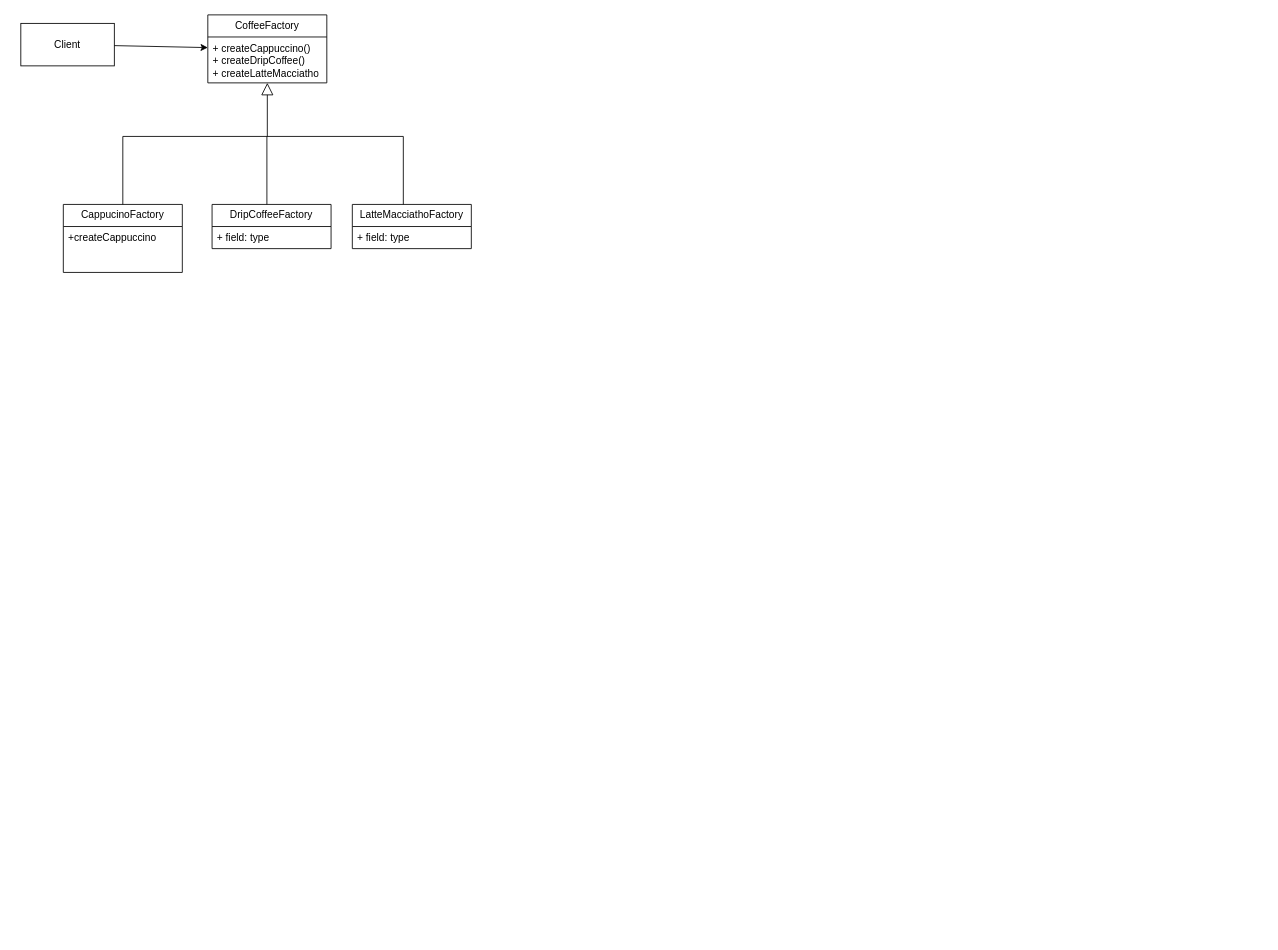
sirfan123/1530 keeps this draw.io diagram as coffeeShop.drawio. Above is the earlier version. Source tidied: cells renumbered, new cells numbered last; positions are measured from the earlier drawing's top-left corner, leaving out a move shared by most shapes. Both pictures are drawn from the tidied source at 85%, with x=0, y=0 at pixel (20, 14).
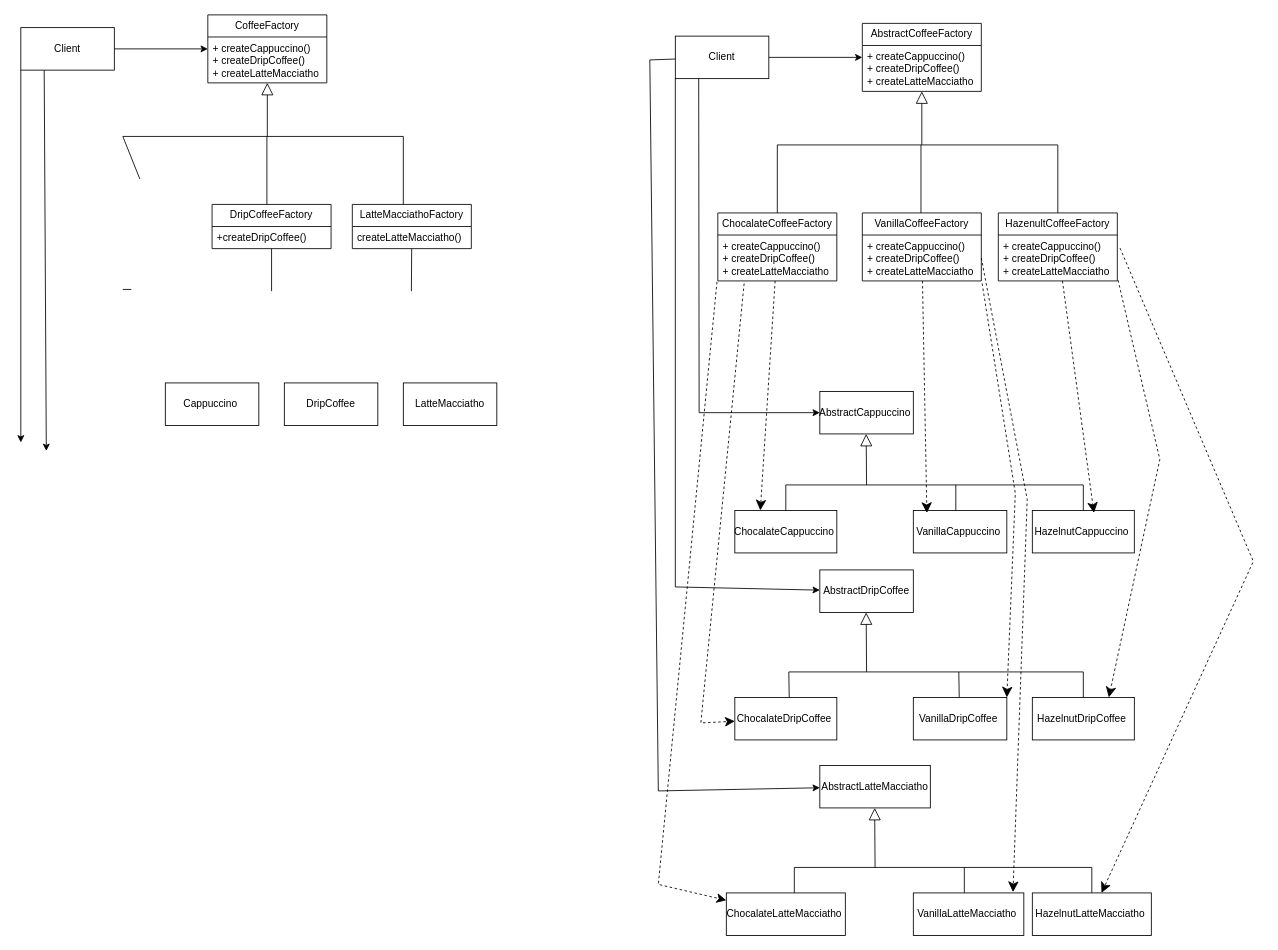
After the change.

The change refers to these unchanged cells:
```xml
<mxCell id="9" value="DripCoffeeFactory" style="swimlane;fontStyle=0;horizontal=1;startSize=26;fillColor=none;whiteSpace=wrap;html=1;" parent="1" vertex="1">
  <mxGeometry x="225" y="223" width="140" height="52" as="geometry" />
</mxCell>
<mxCell id="11" value="LatteMacciathoFactory" style="swimlane;fontStyle=0;horizontal=1;startSize=26;fillColor=none;whiteSpace=wrap;html=1;" parent="1" vertex="1">
  <mxGeometry x="390" y="223" width="140" height="52" as="geometry" />
</mxCell>
```

The edit, as a diff of the source:
```diff
@@
     <mxCell id="4" value="Client" style="html=1;whiteSpace=wrap;" parent="1" vertex="1">
-      <mxGeometry y="10" width="110" height="50" as="geometry" />
+      <mxGeometry y="15" width="110" height="50" as="geometry" />
     </mxCell>
@@
-    <mxCell id="7" value="CappucinoFactory" style="swimlane;fontStyle=0;horizontal=1;startSize=26;fillColor=none;whiteSpace=wrap;html=1;" parent="1" vertex="1">
-      <mxGeometry x="50" y="223" width="140" height="80" as="geometry" />
-    </mxCell>
-    <mxCell id="8" value="+createCappuccino" style="text;strokeColor=none;fillColor=none;align=left;verticalAlign=top;spacingLeft=4;spacingRight=4;overflow=hidden;whiteSpace=wrap;html=1;" parent="7" vertex="1">
-      <mxGeometry y="26" width="140" height="54" as="geometry" />
-    </mxCell>
@@
-    <mxCell id="10" value="+ field: type" style="text;strokeColor=none;fillColor=none;align=left;verticalAlign=top;spacingLeft=4;spacingRight=4;overflow=hidden;whiteSpace=wrap;html=1;" parent="9" vertex="1">
+    <mxCell id="10" value="+createDripCoffee()" style="text;strokeColor=none;fillColor=none;align=left;verticalAlign=top;spacingLeft=4;spacingRight=4;overflow=hidden;whiteSpace=wrap;html=1;" parent="9" vertex="1">
       <mxGeometry y="26" width="140" height="26" as="geometry" />
     </mxCell>
@@
-    <mxCell id="12" value="+ field: type" style="text;strokeColor=none;fillColor=none;align=left;verticalAlign=top;spacingLeft=4;spacingRight=4;overflow=hidden;whiteSpace=wrap;html=1;" parent="11" vertex="1">
+    <mxCell id="12" value="createLatteMacciatho()" style="text;strokeColor=none;fillColor=none;align=left;verticalAlign=top;spacingLeft=4;spacingRight=4;overflow=hidden;whiteSpace=wrap;html=1;" parent="11" vertex="1">
       <mxGeometry y="26" width="140" height="26" as="geometry" />
     </mxCell>
@@
-    <mxCell id="14" style="endArrow=none;html=1;rounded=0;" parent="1" edge="1" source="7">
+    <mxCell id="14" style="endArrow=none;html=1;rounded=0;" parent="1" edge="1">
       <mxGeometry relative="1" as="geometry">
+        <mxPoint x="140" y="193" as="sourcePoint" />
         <mxPoint x="120" y="143" as="targetPoint" />
       </mxGeometry>
     </mxCell>
@@
+    <mxCell id="17" style="endArrow=none;html=1;rounded=0;" parent="1" edge="1">
+      <mxGeometry relative="1" as="geometry">
+        <mxPoint x="120" y="323" as="sourcePoint" />
+        <mxPoint x="130" y="323" as="targetPoint" />
+      </mxGeometry>
+    </mxCell>
+    <mxCell id="18" style="endArrow=none;html=1;rounded=0;" parent="1" edge="1" target="9">
+      <mxGeometry relative="1" as="geometry">
+        <mxPoint x="295" y="325" as="sourcePoint" />
+      </mxGeometry>
+    </mxCell>
+    <mxCell id="19" style="endArrow=none;html=1;rounded=0;" parent="1" edge="1" target="11">
+      <mxGeometry relative="1" as="geometry">
+        <mxPoint x="459.5" y="325" as="sourcePoint" />
+      </mxGeometry>
+    </mxCell>
+    <mxCell id="20" style="endArrow=classic;html=1;rounded=0;exitX=0;exitY=1;exitDx=0;exitDy=0;" parent="1" edge="1" source="4">
+      <mxGeometry relative="1" as="geometry">
+        <mxPoint y="503" as="targetPoint" />
+      </mxGeometry>
+    </mxCell>
+    <mxCell id="21" style="endArrow=classic;html=1;rounded=0;exitX=0.25;exitY=1;exitDx=0;exitDy=0;" parent="1" edge="1" source="4">
+      <mxGeometry relative="1" as="geometry">
+        <mxPoint x="30" y="513" as="targetPoint" />
+      </mxGeometry>
+    </mxCell>
+    <mxCell id="22" value="Cappuccino&amp;nbsp;" style="html=1;whiteSpace=wrap;" parent="1" vertex="1">
+      <mxGeometry x="170" y="433" width="110" height="50" as="geometry" />
+    </mxCell>
+    <mxCell id="23" value="DripCoffee" style="html=1;whiteSpace=wrap;" parent="1" vertex="1">
+      <mxGeometry x="310" y="433" width="110" height="50" as="geometry" />
+    </mxCell>
+    <mxCell id="24" value="LatteMacciatho" style="html=1;whiteSpace=wrap;" parent="1" vertex="1">
+      <mxGeometry x="450" y="433" width="110" height="50" as="geometry" />
+    </mxCell>
+    <mxCell id="25" value="AbstractCoffeeFactory" style="swimlane;fontStyle=0;horizontal=1;startSize=26;fillColor=none;whiteSpace=wrap;html=1;" parent="1" vertex="1">
+      <mxGeometry x="990" y="10" width="140" height="80" as="geometry" />
+    </mxCell>
+    <mxCell id="26" value="+ createCappuccino()&lt;br&gt;+ createDripCoffee()&lt;br&gt;+ createLatteMacciatho" style="text;strokeColor=none;fillColor=none;align=left;verticalAlign=top;spacingLeft=4;spacingRight=4;overflow=hidden;whiteSpace=wrap;html=1;" parent="25" vertex="1">
+      <mxGeometry y="26" width="140" height="54" as="geometry" />
+    </mxCell>
+    <mxCell id="27" value="Client" style="html=1;whiteSpace=wrap;" parent="1" vertex="1">
+      <mxGeometry x="770" y="25" width="110" height="50" as="geometry" />
+    </mxCell>
+    <mxCell id="28" style="endArrow=classic;html=1;rounded=0;" parent="1" edge="1" source="27" target="25">
+      <mxGeometry relative="1" as="geometry" />
+    </mxCell>
+    <mxCell id="29" style="endArrow=block;html=1;rounded=0;endFill=0;endSize=12;" parent="1" edge="1" target="25">
+      <mxGeometry relative="1" as="geometry">
+        <mxPoint x="1060" y="153" as="sourcePoint" />
+      </mxGeometry>
+    </mxCell>
+    <mxCell id="30" style="endArrow=none;html=1;rounded=0;" parent="1" edge="1">
+      <mxGeometry relative="1" as="geometry">
+        <mxPoint x="890" y="153" as="sourcePoint" />
+        <mxPoint x="1220" y="153" as="targetPoint" />
+      </mxGeometry>
+    </mxCell>
+    <mxCell id="31" style="endArrow=none;html=1;rounded=0;" parent="1" edge="1">
+      <mxGeometry relative="1" as="geometry">
+        <mxPoint x="890" y="233" as="sourcePoint" />
+        <mxPoint x="890" y="153" as="targetPoint" />
+      </mxGeometry>
+    </mxCell>
+    <mxCell id="32" style="endArrow=none;html=1;rounded=0;" parent="1" edge="1">
+      <mxGeometry relative="1" as="geometry">
+        <mxPoint x="1059" y="233" as="sourcePoint" />
+        <mxPoint x="1059" y="153" as="targetPoint" />
+      </mxGeometry>
+    </mxCell>
+    <mxCell id="33" style="endArrow=classic;html=1;rounded=0;exitX=0;exitY=1;exitDx=0;exitDy=0;" parent="1" edge="1" source="27" target="36">
+      <mxGeometry relative="1" as="geometry">
+        <Array as="points">
+          <mxPoint x="770" y="673" />
+        </Array>
+      </mxGeometry>
+    </mxCell>
+    <mxCell id="34" style="endArrow=classic;html=1;rounded=0;exitX=0.25;exitY=1;exitDx=0;exitDy=0;" parent="1" edge="1" source="27" target="35">
+      <mxGeometry relative="1" as="geometry">
+        <Array as="points">
+          <mxPoint x="798" y="468" />
+        </Array>
+      </mxGeometry>
+    </mxCell>
+    <mxCell id="35" value="AbstractCappuccino&amp;nbsp;" style="html=1;whiteSpace=wrap;" parent="1" vertex="1">
+      <mxGeometry x="940" y="443" width="110" height="50" as="geometry" />
+    </mxCell>
+    <mxCell id="36" value="AbstractDripCoffee" style="html=1;whiteSpace=wrap;" parent="1" vertex="1">
+      <mxGeometry x="940" y="653" width="110" height="50" as="geometry" />
+    </mxCell>
+    <mxCell id="37" value="AbstractLatteMacciatho" style="html=1;whiteSpace=wrap;" parent="1" vertex="1">
+      <mxGeometry x="940" y="883" width="130" height="50" as="geometry" />
+    </mxCell>
+    <mxCell id="38" style="endArrow=block;html=1;rounded=0;endFill=0;endSize=12;" parent="1" edge="1">
+      <mxGeometry relative="1" as="geometry">
+        <mxPoint x="995" y="553" as="sourcePoint" />
+        <mxPoint x="994.5" y="493" as="targetPoint" />
+      </mxGeometry>
+    </mxCell>
+    <mxCell id="39" style="endArrow=block;html=1;rounded=0;endFill=0;endSize=12;" parent="1" edge="1">
+      <mxGeometry relative="1" as="geometry">
+        <mxPoint x="995" y="773" as="sourcePoint" />
+        <mxPoint x="994.5" y="703" as="targetPoint" />
+      </mxGeometry>
+    </mxCell>
+    <mxCell id="40" style="endArrow=block;html=1;rounded=0;endFill=0;endSize=12;" parent="1" edge="1">
+      <mxGeometry relative="1" as="geometry">
+        <mxPoint x="1005" y="1003" as="sourcePoint" />
+        <mxPoint x="1004.5" y="933" as="targetPoint" />
+      </mxGeometry>
+    </mxCell>
+    <mxCell id="41" style="endArrow=classic;html=1;rounded=0;" parent="1" edge="1" source="27" target="37">
+      <mxGeometry relative="1" as="geometry">
+        <Array as="points">
+          <mxPoint x="740" y="53" />
+          <mxPoint x="750" y="913" />
+        </Array>
+      </mxGeometry>
+    </mxCell>
+    <mxCell id="42" value="ChocalateCappuccino&amp;nbsp;" style="html=1;whiteSpace=wrap;" parent="1" vertex="1">
+      <mxGeometry x="840" y="583" width="120" height="50" as="geometry" />
+    </mxCell>
+    <mxCell id="43" value="VanillaCappuccino&amp;nbsp;" style="html=1;whiteSpace=wrap;" parent="1" vertex="1">
+      <mxGeometry x="1050" y="583" width="110" height="50" as="geometry" />
+    </mxCell>
+    <mxCell id="44" style="endArrow=none;html=1;rounded=0;" parent="1" edge="1">
+      <mxGeometry relative="1" as="geometry">
+        <mxPoint x="900" y="553" as="sourcePoint" />
+        <mxPoint x="1250" y="553" as="targetPoint" />
+      </mxGeometry>
+    </mxCell>
+    <mxCell id="45" style="endArrow=none;html=1;rounded=0;" parent="1" edge="1">
+      <mxGeometry relative="1" as="geometry">
+        <mxPoint x="900" y="583" as="sourcePoint" />
+        <mxPoint x="900" y="553" as="targetPoint" />
+      </mxGeometry>
+    </mxCell>
+    <mxCell id="46" style="endArrow=none;html=1;rounded=0;" parent="1" edge="1">
+      <mxGeometry relative="1" as="geometry">
+        <mxPoint x="1100" y="553" as="sourcePoint" />
+        <mxPoint x="1100" y="583" as="targetPoint" />
+      </mxGeometry>
+    </mxCell>
+    <mxCell id="47" style="endArrow=none;html=1;rounded=0;" parent="1" edge="1">
+      <mxGeometry relative="1" as="geometry">
+        <mxPoint x="903.5" y="773" as="sourcePoint" />
+        <mxPoint x="1250" y="773" as="targetPoint" />
+      </mxGeometry>
+    </mxCell>
+    <mxCell id="48" style="endArrow=none;html=1;rounded=0;" parent="1" edge="1">
+      <mxGeometry relative="1" as="geometry">
+        <mxPoint x="904" y="803" as="sourcePoint" />
+        <mxPoint x="903.5" y="773" as="targetPoint" />
+      </mxGeometry>
+    </mxCell>
+    <mxCell id="49" style="endArrow=none;html=1;rounded=0;" parent="1" edge="1">
+      <mxGeometry relative="1" as="geometry">
+        <mxPoint x="1103.5" y="773" as="sourcePoint" />
+        <mxPoint x="1104" y="803" as="targetPoint" />
+      </mxGeometry>
+    </mxCell>
+    <mxCell id="50" style="endArrow=none;html=1;rounded=0;" parent="1" edge="1">
+      <mxGeometry relative="1" as="geometry">
+        <mxPoint x="910" y="1003" as="sourcePoint" />
+        <mxPoint x="1260" y="1003" as="targetPoint" />
+      </mxGeometry>
+    </mxCell>
+    <mxCell id="51" style="endArrow=none;html=1;rounded=0;" parent="1" edge="1">
+      <mxGeometry relative="1" as="geometry">
+        <mxPoint x="910" y="1033" as="sourcePoint" />
+        <mxPoint x="910" y="1003" as="targetPoint" />
+      </mxGeometry>
+    </mxCell>
+    <mxCell id="52" style="endArrow=none;html=1;rounded=0;" parent="1" edge="1">
+      <mxGeometry relative="1" as="geometry">
+        <mxPoint x="1110" y="1003" as="sourcePoint" />
+        <mxPoint x="1110" y="1033" as="targetPoint" />
+      </mxGeometry>
+    </mxCell>
+    <mxCell id="53" value="ChocalateDripCoffee&amp;nbsp;" style="html=1;whiteSpace=wrap;" parent="1" vertex="1">
+      <mxGeometry x="840" y="803" width="120" height="50" as="geometry" />
+    </mxCell>
+    <mxCell id="54" value="VanillaDripCoffee&amp;nbsp;" style="html=1;whiteSpace=wrap;" parent="1" vertex="1">
+      <mxGeometry x="1050" y="803" width="110" height="50" as="geometry" />
+    </mxCell>
+    <mxCell id="55" value="ChocalateLatteMacciatho&amp;nbsp;" style="html=1;whiteSpace=wrap;" parent="1" vertex="1">
+      <mxGeometry x="830" y="1033" width="140" height="50" as="geometry" />
+    </mxCell>
+    <mxCell id="56" value="VanillaLatteMacciatho&amp;nbsp;" style="html=1;whiteSpace=wrap;" parent="1" vertex="1">
+      <mxGeometry x="1050" y="1033" width="130" height="50" as="geometry" />
+    </mxCell>
+    <mxCell id="57" style="endArrow=none;html=1;rounded=0;" parent="1" edge="1">
+      <mxGeometry relative="1" as="geometry">
+        <mxPoint x="1250" y="553" as="sourcePoint" />
+        <mxPoint x="1250" y="583" as="targetPoint" />
+      </mxGeometry>
+    </mxCell>
+    <mxCell id="58" style="endArrow=none;html=1;rounded=0;" parent="1" edge="1">
+      <mxGeometry relative="1" as="geometry">
+        <mxPoint x="1250" y="773" as="sourcePoint" />
+        <mxPoint x="1250" y="803" as="targetPoint" />
+      </mxGeometry>
+    </mxCell>
+    <mxCell id="59" style="endArrow=none;html=1;rounded=0;" parent="1" edge="1" target="62">
+      <mxGeometry relative="1" as="geometry">
+        <mxPoint x="1260" y="1003" as="sourcePoint" />
+      </mxGeometry>
+    </mxCell>
+    <mxCell id="60" value="HazelnutCappuccino&amp;nbsp;" style="html=1;whiteSpace=wrap;" parent="1" vertex="1">
+      <mxGeometry x="1190" y="583" width="120" height="50" as="geometry" />
+    </mxCell>
+    <mxCell id="61" value="HazelnutDripCoffee&amp;nbsp;" style="html=1;whiteSpace=wrap;" parent="1" vertex="1">
+      <mxGeometry x="1190" y="803" width="120" height="50" as="geometry" />
+    </mxCell>
+    <mxCell id="62" value="HazelnutLatteMacciatho&amp;nbsp;" style="html=1;whiteSpace=wrap;" parent="1" vertex="1">
+      <mxGeometry x="1190" y="1033" width="140" height="50" as="geometry" />
+    </mxCell>
+    <mxCell id="63" value="ChocalateCoffeeFactory" style="swimlane;fontStyle=0;horizontal=1;startSize=26;fillColor=none;whiteSpace=wrap;html=1;" parent="1" vertex="1">
+      <mxGeometry x="820" y="233" width="140" height="80" as="geometry" />
+    </mxCell>
+    <mxCell id="64" value="+ createCappuccino()&lt;br style=&quot;border-color: var(--border-color);&quot;&gt;+ createDripCoffee()&lt;br style=&quot;border-color: var(--border-color);&quot;&gt;+ createLatteMacciatho" style="text;strokeColor=none;fillColor=none;align=left;verticalAlign=top;spacingLeft=4;spacingRight=4;overflow=hidden;points=[[0,0.5],[1,0.5]];portConstraint=eastwest;whiteSpace=wrap;html=1;" parent="63" vertex="1">
+      <mxGeometry y="26" width="140" height="54" as="geometry" />
+    </mxCell>
+    <mxCell id="65" style="endArrow=none;html=1;rounded=0;" parent="1" edge="1">
+      <mxGeometry relative="1" as="geometry">
+        <mxPoint x="1220" y="233" as="sourcePoint" />
+        <mxPoint x="1220" y="153" as="targetPoint" />
+      </mxGeometry>
+    </mxCell>
+    <mxCell id="66" style="endArrow=classic;dashed=1;html=1;rounded=0;entryX=0.25;entryY=0;entryDx=0;entryDy=0;endFill=1;strokeWidth=1;endSize=10;" parent="1" edge="1" source="63" target="42">
+      <mxGeometry relative="1" as="geometry" />
+    </mxCell>
+    <mxCell id="67" style="endArrow=classic;dashed=1;html=1;rounded=0;exitX=0.221;exitY=1.056;exitDx=0;exitDy=0;exitPerimeter=0;endFill=1;startSize=6;endSize=9;" parent="1" edge="1" source="64" target="53">
+      <mxGeometry relative="1" as="geometry">
+        <Array as="points">
+          <mxPoint x="800" y="833" />
+        </Array>
+      </mxGeometry>
+    </mxCell>
+    <mxCell id="68" style="endArrow=classic;dashed=1;html=1;rounded=0;exitX=-0.007;exitY=1.019;exitDx=0;exitDy=0;exitPerimeter=0;endFill=1;endSize=9;" parent="1" edge="1" source="64" target="55">
+      <mxGeometry relative="1" as="geometry">
+        <Array as="points">
+          <mxPoint x="750" y="1023" />
+        </Array>
+      </mxGeometry>
+    </mxCell>
+    <mxCell id="69" value="HazenultCoffeeFactory" style="swimlane;fontStyle=0;horizontal=1;startSize=26;fillColor=none;whiteSpace=wrap;html=1;" parent="1" vertex="1">
+      <mxGeometry x="1150" y="233" width="140" height="80" as="geometry" />
+    </mxCell>
+    <mxCell id="70" value="+ createCappuccino()&lt;br style=&quot;border-color: var(--border-color);&quot;&gt;+ createDripCoffee()&lt;br style=&quot;border-color: var(--border-color);&quot;&gt;+ createLatteMacciatho" style="text;strokeColor=none;fillColor=none;align=left;verticalAlign=top;spacingLeft=4;spacingRight=4;overflow=hidden;points=[[0,0.5],[1,0.5]];portConstraint=eastwest;whiteSpace=wrap;html=1;" parent="69" vertex="1">
+      <mxGeometry y="26" width="140" height="54" as="geometry" />
+    </mxCell>
+    <mxCell id="71" value="VanillaCoffeeFactory" style="swimlane;fontStyle=0;horizontal=1;startSize=26;fillColor=none;whiteSpace=wrap;html=1;" parent="1" vertex="1">
+      <mxGeometry x="990" y="233" width="140" height="80" as="geometry" />
+    </mxCell>
+    <mxCell id="72" value="+ createCappuccino()&lt;br style=&quot;border-color: var(--border-color);&quot;&gt;+ createDripCoffee()&lt;br style=&quot;border-color: var(--border-color);&quot;&gt;+ createLatteMacciatho" style="text;strokeColor=none;fillColor=none;align=left;verticalAlign=top;spacingLeft=4;spacingRight=4;overflow=hidden;points=[[0,0.5],[1,0.5]];portConstraint=eastwest;whiteSpace=wrap;html=1;" parent="71" vertex="1">
+      <mxGeometry y="26" width="140" height="54" as="geometry" />
+    </mxCell>
+    <mxCell id="73" style="endArrow=classic;dashed=1;html=1;rounded=0;endFill=1;strokeWidth=1;endSize=10;entryX=0.145;entryY=0.06;entryDx=0;entryDy=0;entryPerimeter=0;" parent="1" edge="1" source="71" target="43">
+      <mxGeometry relative="1" as="geometry" />
+    </mxCell>
+    <mxCell id="74" style="endArrow=classic;dashed=1;html=1;rounded=0;endFill=1;strokeWidth=1;endSize=10;exitX=1.007;exitY=1.056;exitDx=0;exitDy=0;exitPerimeter=0;entryX=1;entryY=0;entryDx=0;entryDy=0;" parent="1" edge="1" source="72" target="54">
+      <mxGeometry relative="1" as="geometry">
+        <Array as="points">
+          <mxPoint x="1170" y="563" />
+        </Array>
+      </mxGeometry>
+    </mxCell>
+    <mxCell id="75" style="endArrow=classic;dashed=1;html=1;rounded=0;endFill=1;strokeWidth=1;endSize=10;exitX=1;exitY=0.5;exitDx=0;exitDy=0;entryX=0.902;entryY=-0.019;entryDx=0;entryDy=0;entryPerimeter=0;" parent="1" edge="1" source="72" target="56">
+      <mxGeometry relative="1" as="geometry">
+        <Array as="points">
+          <mxPoint x="1184" y="570" />
+        </Array>
+      </mxGeometry>
+    </mxCell>
+    <mxCell id="76" style="endArrow=classic;dashed=1;html=1;rounded=0;endFill=1;strokeWidth=1;endSize=10;entryX=0.145;entryY=0.06;entryDx=0;entryDy=0;entryPerimeter=0;" parent="1" edge="1" source="69">
+      <mxGeometry relative="1" as="geometry">
+        <mxPoint x="1262.5" y="586" as="targetPoint" />
+      </mxGeometry>
+    </mxCell>
+    <mxCell id="77" style="endArrow=classic;dashed=1;html=1;rounded=0;endFill=1;strokeWidth=1;endSize=10;exitX=1.006;exitY=0.983;exitDx=0;exitDy=0;exitPerimeter=0;entryX=0.75;entryY=0;entryDx=0;entryDy=0;" parent="1" edge="1" source="70" target="61">
+      <mxGeometry relative="1" as="geometry">
+        <Array as="points">
+          <mxPoint x="1340" y="523" />
+        </Array>
+      </mxGeometry>
+    </mxCell>
+    <mxCell id="78" style="endArrow=classic;dashed=1;html=1;rounded=0;endFill=1;strokeWidth=1;endSize=10;exitX=1.023;exitY=0.285;exitDx=0;exitDy=0;exitPerimeter=0;" parent="1" edge="1" source="70" target="62">
+      <mxGeometry relative="1" as="geometry">
+        <Array as="points">
+          <mxPoint x="1450" y="643" />
+        </Array>
+      </mxGeometry>
+    </mxCell>
```
